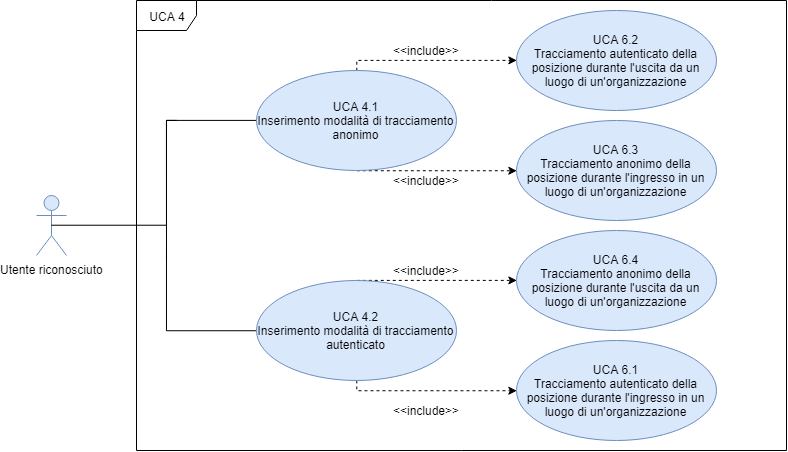
Earlier version of the draw.io export DocumentazioneEsterna/AnalisiRequisiti/sezioni/UseCase/Immagini/UCA4.png (qb-team/Stalker-Documentazione). Source tidied: cells renumbered, new cells last; positions are measured from the earlier drawing's top-left corner, leaving out a move shared by most shapes.
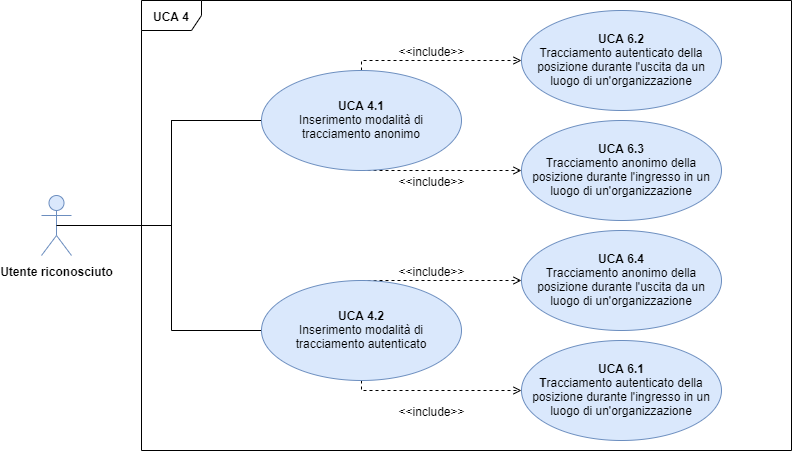
Above is the later version.

The edit, as a diff of the source:
```diff
@@ -2,10 +2,10 @@
   <root>
     <mxCell id="0" />
     <mxCell id="1" parent="0" />
-    <mxCell id="2" value="UCA 4" style="shape=umlFrame;whiteSpace=wrap;html=1;fontFamily=Helvetica;fontSize=12;" parent="1" vertex="1">
+    <mxCell id="2" value="&lt;b&gt;UCA 4&lt;/b&gt;" style="shape=umlFrame;whiteSpace=wrap;html=1;fontFamily=Helvetica;fontSize=12;" parent="1" vertex="1">
       <mxGeometry x="100" width="650" height="450" as="geometry" />
     </mxCell>
-    <mxCell id="3" value="Utente riconosciuto" style="shape=umlActor;verticalLabelPosition=bottom;labelBackgroundColor=#ffffff;verticalAlign=top;html=1;fillColor=#dae8fc;strokeColor=#6c8ebf;fontFamily=Helvetica;fontSize=12;" parent="1" vertex="1">
+    <mxCell id="3" value="&lt;b&gt;Utente riconosciuto&lt;/b&gt;" style="shape=umlActor;verticalLabelPosition=bottom;labelBackgroundColor=#ffffff;verticalAlign=top;html=1;fillColor=#dae8fc;strokeColor=#6c8ebf;fontFamily=Helvetica;fontSize=12;" parent="1" vertex="1">
       <mxGeometry y="195" width="30" height="60" as="geometry" />
     </mxCell>
     <mxCell id="4" style="edgeStyle=orthogonalEdgeStyle;rounded=0;jettySize=auto;html=1;endArrow=none;endFill=0;exitX=0.5;exitY=0.5;exitDx=0;exitDy=0;exitPerimeter=0;fontFamily=Helvetica;fontSize=12;" parent="1" edge="1" source="3">
@@ -22,7 +22,7 @@
         <mxPoint x="130" y="260" as="targetPoint" />
       </mxGeometry>
     </mxCell>
-    <mxCell id="6" style="edgeStyle=orthogonalEdgeStyle;rounded=0;jettySize=auto;html=1;entryX=0;entryY=0.5;entryDx=0;entryDy=0;dashed=1;exitX=0.5;exitY=1;exitDx=0;exitDy=0;" parent="1" edge="1" source="8" target="14">
+    <mxCell id="6" style="edgeStyle=orthogonalEdgeStyle;rounded=0;jettySize=auto;html=1;entryX=0;entryY=0.5;entryDx=0;entryDy=0;dashed=1;exitX=0.5;exitY=1;exitDx=0;exitDy=0;endArrow=open;endFill=0;" parent="1" edge="1" source="8" target="14">
       <mxGeometry relative="1" as="geometry">
         <Array as="points">
           <mxPoint x="390" y="170" />
@@ -30,14 +30,14 @@
         </Array>
       </mxGeometry>
     </mxCell>
-    <mxCell id="7" style="edgeStyle=orthogonalEdgeStyle;rounded=0;jettySize=auto;html=1;entryX=0;entryY=0.5;entryDx=0;entryDy=0;dashed=1;exitX=0.5;exitY=0;exitDx=0;exitDy=0;" parent="1" edge="1" source="8" target="13">
+    <mxCell id="7" style="edgeStyle=orthogonalEdgeStyle;rounded=0;jettySize=auto;html=1;entryX=0;entryY=0.5;entryDx=0;entryDy=0;dashed=1;exitX=0.5;exitY=0;exitDx=0;exitDy=0;endArrow=open;endFill=0;" parent="1" edge="1" source="8" target="13">
       <mxGeometry relative="1" as="geometry">
         <Array as="points">
           <mxPoint x="320" y="60" />
         </Array>
       </mxGeometry>
     </mxCell>
-    <mxCell id="8" value="&lt;span style=&quot;font-size: 12px&quot;&gt;UCA 4.1&lt;br&gt;Inserimento modalità di tracciamento anonimo&lt;/span&gt;" style="ellipse;whiteSpace=wrap;html=1;fillColor=#dae8fc;strokeColor=#6c8ebf;fontFamily=Helvetica;fontSize=12;" parent="1" vertex="1">
+    <mxCell id="8" value="&lt;span style=&quot;font-size: 12px&quot;&gt;&lt;b&gt;UCA 4.1&lt;br&gt;&lt;/b&gt;Inserimento modalità di tracciamento anonimo&lt;/span&gt;" style="ellipse;whiteSpace=wrap;html=1;fillColor=#dae8fc;strokeColor=#6c8ebf;fontFamily=Helvetica;fontSize=12;" parent="1" vertex="1">
       <mxGeometry x="220" y="70" width="200" height="100" as="geometry" />
     </mxCell>
     <mxCell id="9" style="edgeStyle=orthogonalEdgeStyle;rounded=0;jettySize=auto;html=1;exitX=0;exitY=0.5;exitDx=0;exitDy=0;endArrow=none;endFill=0;fontFamily=Helvetica;fontSize=12;" parent="1" edge="1" source="12">
@@ -48,14 +48,14 @@
         </Array>
       </mxGeometry>
     </mxCell>
-    <mxCell id="10" style="edgeStyle=orthogonalEdgeStyle;rounded=0;jettySize=auto;html=1;entryX=0;entryY=0.5;entryDx=0;entryDy=0;exitX=0.5;exitY=1;exitDx=0;exitDy=0;dashed=1;" parent="1" edge="1" source="12" target="16">
+    <mxCell id="10" style="edgeStyle=orthogonalEdgeStyle;rounded=0;jettySize=auto;html=1;entryX=0;entryY=0.5;entryDx=0;entryDy=0;exitX=0.5;exitY=1;exitDx=0;exitDy=0;dashed=1;endArrow=open;endFill=0;" parent="1" edge="1" source="12" target="16">
       <mxGeometry relative="1" as="geometry">
         <Array as="points">
           <mxPoint x="320" y="390" />
         </Array>
       </mxGeometry>
     </mxCell>
-    <mxCell id="11" style="edgeStyle=orthogonalEdgeStyle;rounded=0;jettySize=auto;html=1;entryX=0;entryY=0.5;entryDx=0;entryDy=0;dashed=1;exitX=0.5;exitY=0;exitDx=0;exitDy=0;" parent="1" edge="1" source="12" target="15">
+    <mxCell id="11" style="edgeStyle=orthogonalEdgeStyle;rounded=0;jettySize=auto;html=1;entryX=0;entryY=0.5;entryDx=0;entryDy=0;dashed=1;exitX=0.5;exitY=0;exitDx=0;exitDy=0;endArrow=open;endFill=0;" parent="1" edge="1" source="12" target="15">
       <mxGeometry relative="1" as="geometry">
         <Array as="points">
           <mxPoint x="390" y="280" />
@@ -63,19 +63,19 @@
         </Array>
       </mxGeometry>
     </mxCell>
-    <mxCell id="12" value="&lt;span style=&quot;font-size: 12px&quot;&gt;UCA 4.2&lt;br&gt;Inserimento modalità di tracciamento autenticato&lt;/span&gt;" style="ellipse;whiteSpace=wrap;html=1;fillColor=#dae8fc;strokeColor=#6c8ebf;fontFamily=Helvetica;fontSize=12;" parent="1" vertex="1">
+    <mxCell id="12" value="&lt;span style=&quot;font-size: 12px&quot;&gt;&lt;b&gt;UCA 4.2&lt;br&gt;&lt;/b&gt;Inserimento modalità di tracciamento autenticato&lt;/span&gt;" style="ellipse;whiteSpace=wrap;html=1;fillColor=#dae8fc;strokeColor=#6c8ebf;fontFamily=Helvetica;fontSize=12;" parent="1" vertex="1">
       <mxGeometry x="220" y="280" width="200" height="100" as="geometry" />
     </mxCell>
-    <mxCell id="13" value="UCA 6.2&lt;br&gt;Tracciamento autenticato della posizione durante l'uscita da un luogo di un'organizzazione" style="ellipse;whiteSpace=wrap;html=1;fillColor=#dae8fc;strokeColor=#6c8ebf;fontFamily=Helvetica;fontSize=12;" parent="1" vertex="1">
+    <mxCell id="13" value="&lt;b&gt;UCA 6.2&lt;/b&gt;&lt;br&gt;Tracciamento autenticato della posizione durante l'uscita da un luogo di un'organizzazione" style="ellipse;whiteSpace=wrap;html=1;fillColor=#dae8fc;strokeColor=#6c8ebf;fontFamily=Helvetica;fontSize=12;" parent="1" vertex="1">
       <mxGeometry x="480" y="10" width="200" height="100" as="geometry" />
     </mxCell>
-    <mxCell id="14" value="UCA 6.3&lt;br&gt;Tracciamento anonimo della posizione durante l'ingresso in un luogo di un'organizzazione" style="ellipse;whiteSpace=wrap;html=1;fillColor=#dae8fc;strokeColor=#6c8ebf;fontFamily=Helvetica;fontSize=12;" parent="1" vertex="1">
+    <mxCell id="14" value="&lt;b&gt;UCA 6.3&lt;/b&gt;&lt;br&gt;Tracciamento anonimo della posizione durante l'ingresso in un luogo di un'organizzazione" style="ellipse;whiteSpace=wrap;html=1;fillColor=#dae8fc;strokeColor=#6c8ebf;fontFamily=Helvetica;fontSize=12;" parent="1" vertex="1">
       <mxGeometry x="480" y="120" width="200" height="100" as="geometry" />
     </mxCell>
-    <mxCell id="15" value="UCA 6.4&lt;br&gt;Tracciamento anonimo della posizione durante l'uscita da un luogo di un'organizzazione" style="ellipse;whiteSpace=wrap;html=1;fillColor=#dae8fc;strokeColor=#6c8ebf;fontFamily=Helvetica;fontSize=12;" parent="1" vertex="1">
+    <mxCell id="15" value="&lt;b&gt;UCA 6.4&lt;/b&gt;&lt;br&gt;Tracciamento anonimo della posizione durante l'uscita da un luogo di un'organizzazione" style="ellipse;whiteSpace=wrap;html=1;fillColor=#dae8fc;strokeColor=#6c8ebf;fontFamily=Helvetica;fontSize=12;" parent="1" vertex="1">
       <mxGeometry x="480" y="230" width="200" height="100" as="geometry" />
     </mxCell>
-    <mxCell id="16" value="UCA 6.1&lt;br&gt;Tracciamento autenticato della posizione durante l'ingresso in un luogo di un'organizzazione" style="ellipse;whiteSpace=wrap;html=1;fillColor=#dae8fc;strokeColor=#6c8ebf;fontFamily=Helvetica;fontSize=12;" parent="1" vertex="1">
+    <mxCell id="16" value="&lt;b&gt;UCA 6.1&lt;br&gt;T&lt;/b&gt;racciamento autenticato della posizione durante l'ingresso in un luogo di un'organizzazione" style="ellipse;whiteSpace=wrap;html=1;fillColor=#dae8fc;strokeColor=#6c8ebf;fontFamily=Helvetica;fontSize=12;" parent="1" vertex="1">
       <mxGeometry x="480" y="340" width="200" height="100" as="geometry" />
     </mxCell>
     <mxCell id="17" value="&amp;lt;&amp;lt;include&amp;gt;&amp;gt;" style="text;html=1;align=center;verticalAlign=middle;" parent="1" vertex="1">
```
